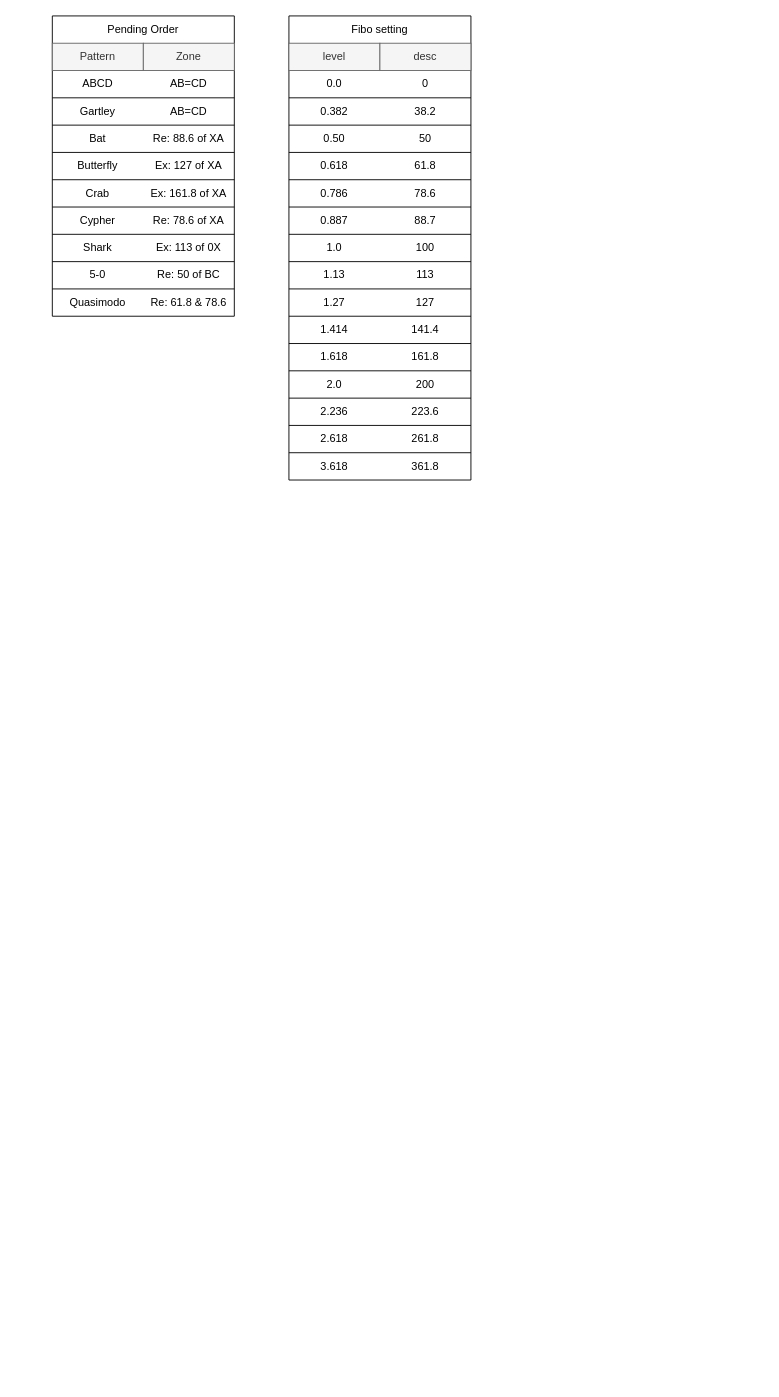
haza79/MT5-Smart-Money-Concept-Indicator keeps this draw.io diagram as Harmonic.drawio. Above is the earlier version. Source tidied: cells renumbered, new cells numbered last; positions are measured from the earlier drawing's top-left corner, leaving out a move shared by most shapes. Both pictures are drawn from the tidied source at 91%, with x=0, y=0 at pixel (52, 15).
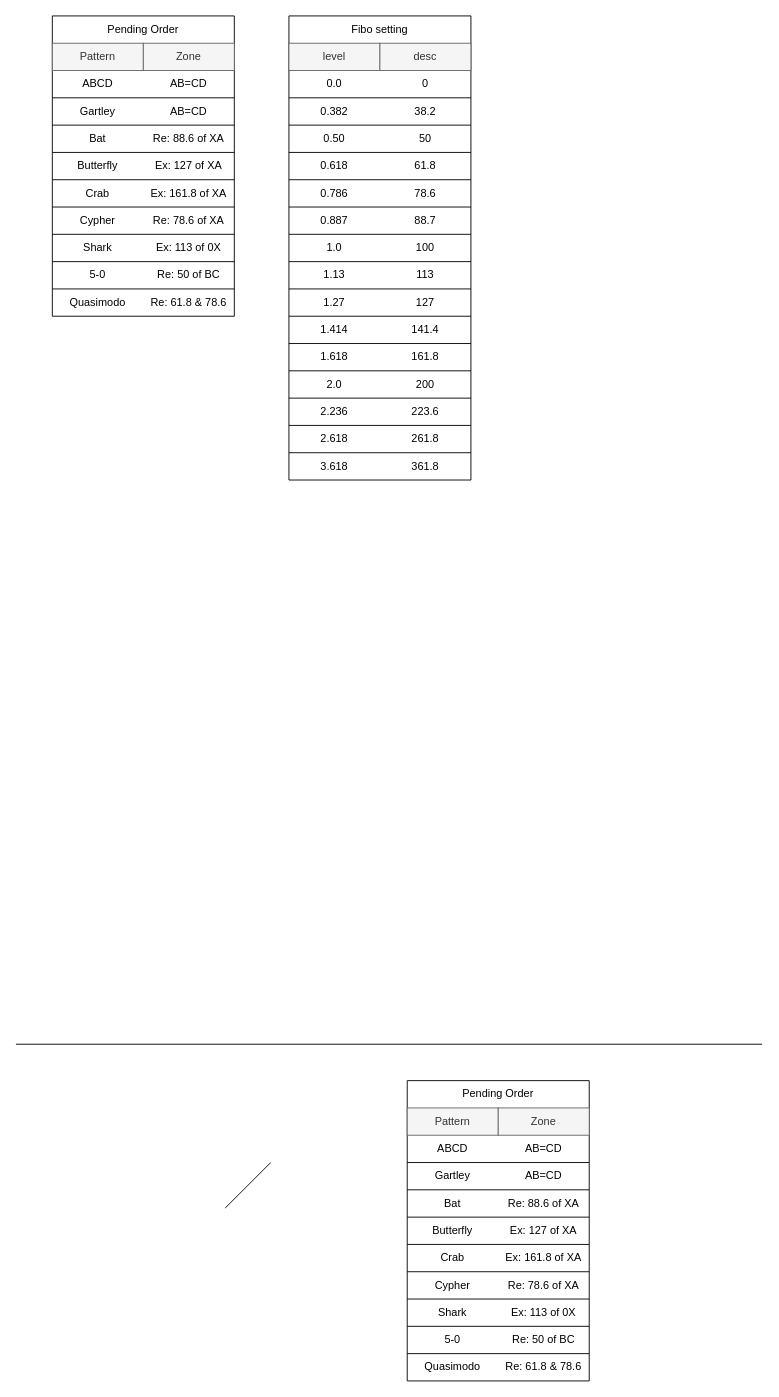
Above is the later version.

What changed in the source:
```diff
@@
+    <mxCell id="80" style="endArrow=none;html=1;rounded=0;" parent="1" edge="1">
+      <mxGeometry relative="1" as="geometry">
+        <mxPoint x="190" y="1310" as="sourcePoint" />
+        <mxPoint x="240" y="1260" as="targetPoint" />
+      </mxGeometry>
+    </mxCell>
+    <mxCell id="81" style="endArrow=none;html=1;rounded=0;" parent="1" edge="1">
+      <mxGeometry relative="1" as="geometry">
+        <mxPoint x="-40" y="1130" as="sourcePoint" />
+        <mxPoint x="780" y="1130" as="targetPoint" />
+      </mxGeometry>
+    </mxCell>
+    <mxCell id="82" style="swimlane;startSize=0;" parent="1" vertex="1">
+      <mxGeometry x="390" y="1170" width="200" height="330" as="geometry" />
+    </mxCell>
+    <mxCell id="83" value="ABCD" style="text;html=1;align=center;verticalAlign=middle;whiteSpace=wrap;rounded=0;strokeColor=none;" parent="82" vertex="1">
+      <mxGeometry y="60" width="100" height="30" as="geometry" />
+    </mxCell>
+    <mxCell id="84" value="AB=CD" style="text;html=1;align=center;verticalAlign=middle;whiteSpace=wrap;rounded=0;strokeColor=none;" parent="82" vertex="1">
+      <mxGeometry x="100" y="60" width="100" height="30" as="geometry" />
+    </mxCell>
+    <mxCell id="85" value="Gartley" style="text;html=1;align=center;verticalAlign=middle;whiteSpace=wrap;rounded=0;" parent="82" vertex="1">
+      <mxGeometry y="90" width="100" height="30" as="geometry" />
+    </mxCell>
+    <mxCell id="86" value="AB=CD" style="text;html=1;align=center;verticalAlign=middle;whiteSpace=wrap;rounded=0;" parent="82" vertex="1">
+      <mxGeometry x="100" y="90" width="100" height="30" as="geometry" />
+    </mxCell>
+    <mxCell id="87" value="Re: 88.6 of XA" style="text;html=1;align=center;verticalAlign=middle;whiteSpace=wrap;rounded=0;" parent="82" vertex="1">
+      <mxGeometry x="100" y="120" width="100" height="30" as="geometry" />
+    </mxCell>
+    <mxCell id="88" value="Bat" style="text;html=1;align=center;verticalAlign=middle;whiteSpace=wrap;rounded=0;" parent="82" vertex="1">
+      <mxGeometry y="120" width="100" height="30" as="geometry" />
+    </mxCell>
+    <mxCell id="89" value="Butterfly" style="text;html=1;align=center;verticalAlign=middle;whiteSpace=wrap;rounded=0;" parent="82" vertex="1">
+      <mxGeometry y="150" width="100" height="30" as="geometry" />
+    </mxCell>
+    <mxCell id="90" value="Ex: 127 of XA" style="text;html=1;align=center;verticalAlign=middle;whiteSpace=wrap;rounded=0;" parent="82" vertex="1">
+      <mxGeometry x="100" y="150" width="100" height="30" as="geometry" />
+    </mxCell>
+    <mxCell id="91" value="Crab" style="text;html=1;align=center;verticalAlign=middle;whiteSpace=wrap;rounded=0;" parent="82" vertex="1">
+      <mxGeometry y="180" width="100" height="30" as="geometry" />
+    </mxCell>
+    <mxCell id="92" value="Ex: 161.8 of XA" style="text;html=1;align=center;verticalAlign=middle;whiteSpace=wrap;rounded=0;" parent="82" vertex="1">
+      <mxGeometry x="100" y="180" width="100" height="30" as="geometry" />
+    </mxCell>
+    <mxCell id="93" value="Cypher" style="text;html=1;align=center;verticalAlign=middle;whiteSpace=wrap;rounded=0;" parent="82" vertex="1">
+      <mxGeometry y="210" width="100" height="30" as="geometry" />
+    </mxCell>
+    <mxCell id="94" value="Re: 78.6 of XA" style="text;html=1;align=center;verticalAlign=middle;whiteSpace=wrap;rounded=0;" parent="82" vertex="1">
+      <mxGeometry x="100" y="210" width="100" height="30" as="geometry" />
+    </mxCell>
+    <mxCell id="95" value="Shark" style="text;html=1;align=center;verticalAlign=middle;whiteSpace=wrap;rounded=0;" parent="82" vertex="1">
+      <mxGeometry y="240" width="100" height="30" as="geometry" />
+    </mxCell>
+    <mxCell id="96" value="Ex: 113 of 0X" style="text;html=1;align=center;verticalAlign=middle;whiteSpace=wrap;rounded=0;" parent="82" vertex="1">
+      <mxGeometry x="100" y="240" width="100" height="30" as="geometry" />
+    </mxCell>
+    <mxCell id="97" value="5-0" style="text;html=1;align=center;verticalAlign=middle;whiteSpace=wrap;rounded=0;" parent="82" vertex="1">
+      <mxGeometry y="270" width="100" height="30" as="geometry" />
+    </mxCell>
+    <mxCell id="98" value="Re: 50 of BC" style="text;html=1;align=center;verticalAlign=middle;whiteSpace=wrap;rounded=0;" parent="82" vertex="1">
+      <mxGeometry x="100" y="270" width="100" height="30" as="geometry" />
+    </mxCell>
+    <mxCell id="99" value="Quasimodo" style="text;html=1;align=center;verticalAlign=middle;whiteSpace=wrap;rounded=0;" parent="82" vertex="1">
+      <mxGeometry y="300" width="100" height="30" as="geometry" />
+    </mxCell>
+    <mxCell id="100" value="Pattern" style="text;html=1;align=center;verticalAlign=middle;whiteSpace=wrap;rounded=0;fillColor=#f5f5f5;strokeColor=#666666;fontColor=#333333;" parent="82" vertex="1">
+      <mxGeometry y="30" width="100" height="30" as="geometry" />
+    </mxCell>
+    <mxCell id="101" value="Zone" style="text;html=1;align=center;verticalAlign=middle;whiteSpace=wrap;rounded=0;fillColor=#f5f5f5;strokeColor=#666666;fontColor=#333333;" parent="82" vertex="1">
+      <mxGeometry x="100" y="30" width="100" height="30" as="geometry" />
+    </mxCell>
+    <mxCell id="102" style="endArrow=none;html=1;rounded=0;exitX=0;exitY=0;exitDx=0;exitDy=0;entryX=1;entryY=0;entryDx=0;entryDy=0;" parent="82" edge="1" source="85" target="86">
+      <mxGeometry relative="1" as="geometry" />
+    </mxCell>
+    <mxCell id="103" style="endArrow=none;html=1;rounded=0;exitX=0;exitY=0;exitDx=0;exitDy=0;entryX=1;entryY=0;entryDx=0;entryDy=0;" parent="82" edge="1" source="88" target="87">
+      <mxGeometry relative="1" as="geometry" />
+    </mxCell>
+    <mxCell id="104" style="endArrow=none;html=1;rounded=0;exitX=0;exitY=0;exitDx=0;exitDy=0;entryX=1;entryY=0;entryDx=0;entryDy=0;" parent="82" edge="1" source="89" target="90">
+      <mxGeometry relative="1" as="geometry" />
+    </mxCell>
+    <mxCell id="105" style="endArrow=none;html=1;rounded=0;exitX=0;exitY=0;exitDx=0;exitDy=0;entryX=1;entryY=0;entryDx=0;entryDy=0;" parent="82" edge="1" source="91" target="92">
+      <mxGeometry relative="1" as="geometry" />
+    </mxCell>
+    <mxCell id="106" style="endArrow=none;html=1;rounded=0;exitX=0;exitY=0;exitDx=0;exitDy=0;entryX=1;entryY=0;entryDx=0;entryDy=0;" parent="82" edge="1" source="93" target="94">
+      <mxGeometry relative="1" as="geometry" />
+    </mxCell>
+    <mxCell id="107" style="endArrow=none;html=1;rounded=0;exitX=0;exitY=1;exitDx=0;exitDy=0;entryX=1;entryY=0;entryDx=0;entryDy=0;" parent="82" edge="1" source="93" target="96">
+      <mxGeometry relative="1" as="geometry" />
+    </mxCell>
+    <mxCell id="108" style="endArrow=none;html=1;rounded=0;exitX=0;exitY=0;exitDx=0;exitDy=0;entryX=1;entryY=1;entryDx=0;entryDy=0;" parent="82" edge="1" source="97" target="96">
+      <mxGeometry relative="1" as="geometry" />
+    </mxCell>
+    <mxCell id="109" style="endArrow=none;html=1;rounded=0;exitX=0;exitY=1;exitDx=0;exitDy=0;entryX=1;entryY=1;entryDx=0;entryDy=0;" parent="82" edge="1" source="97" target="98">
+      <mxGeometry relative="1" as="geometry" />
+    </mxCell>
+    <mxCell id="110" value="Re: 61.8 &amp;amp; 78.6" style="text;html=1;align=center;verticalAlign=middle;whiteSpace=wrap;rounded=0;" parent="82" vertex="1">
+      <mxGeometry x="100" y="300" width="100" height="30" as="geometry" />
+    </mxCell>
+    <mxCell id="111" value="Pending Order" style="text;html=1;align=center;verticalAlign=middle;whiteSpace=wrap;rounded=0;" parent="82" vertex="1">
+      <mxGeometry width="200" height="30" as="geometry" />
+    </mxCell>
```
